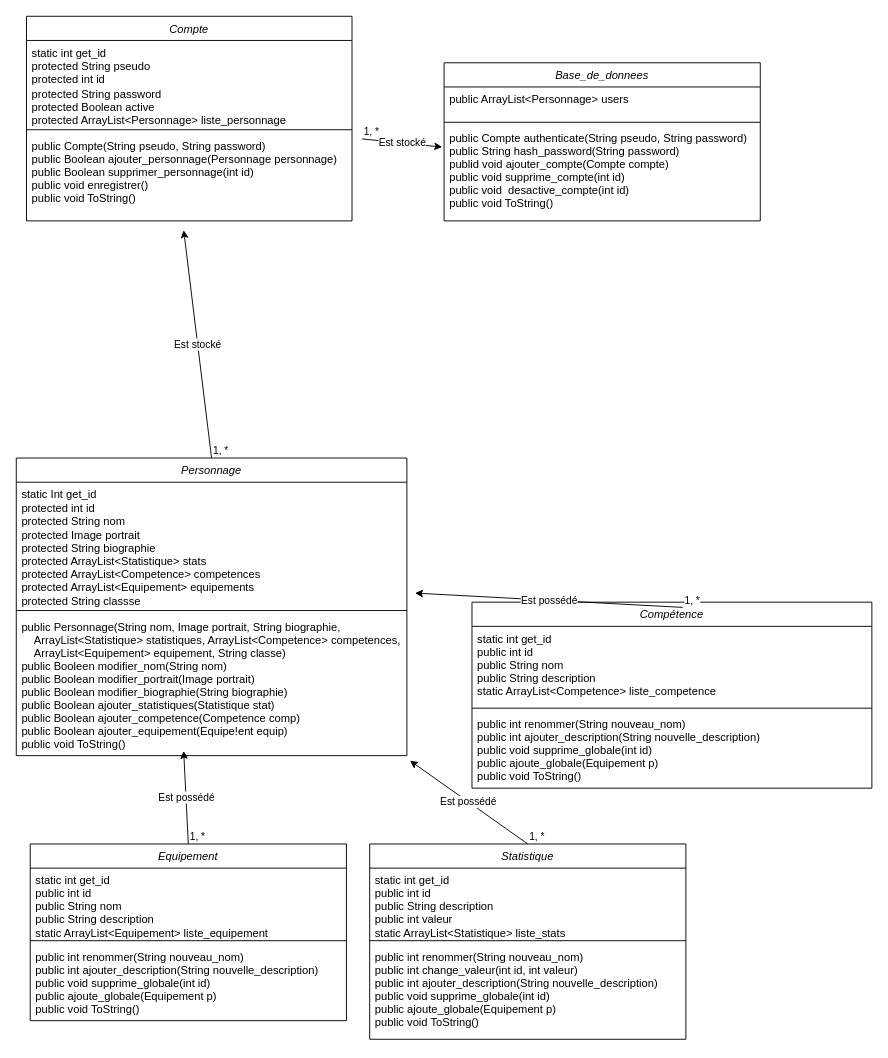
The draw.io diagram compte_rendu/séance 2/UML.drawio in Clement-soulier/L3-Fiche_personnage, before the edit. Source tidied: cells renumbered, new cells numbered last; positions are measured from the earlier drawing's top-left corner, leaving out a move shared by most shapes. Both pictures are drawn from the tidied source at 93%, with x=0, y=0 at pixel (16, 16).
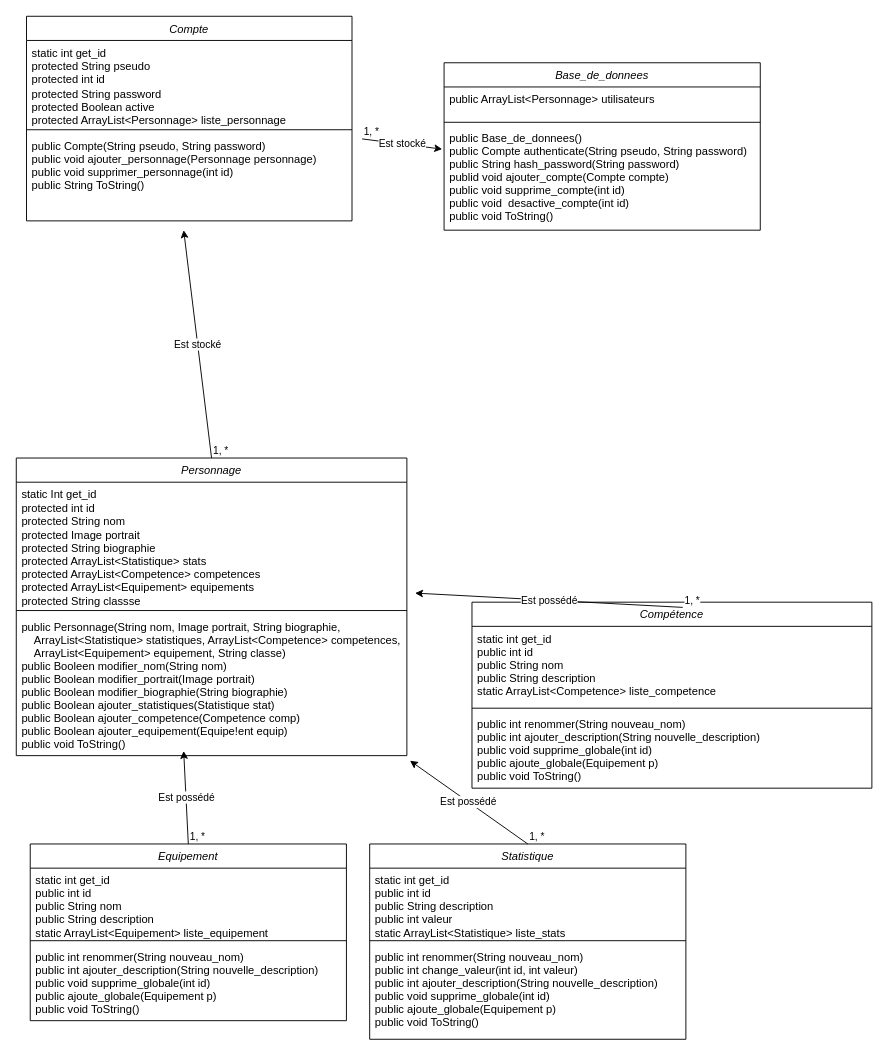
After the change.

Commit message:
Mise à jour UML

Unchanged cells that the change refers to:
```xml
<mxCell id="2" value="Compte" style="swimlane;fontStyle=2;align=center;verticalAlign=top;horizontal=1;startSize=26;rounded=0;shadow=0;strokeWidth=1;" parent="1" vertex="1">
  <mxGeometry x="11" width="350" height="220" as="geometry" />
</mxCell>
```

What changed in the source:
```diff
@@
-    <mxCell id="6" value="public Compte(String pseudo, String password)&#10;public Boolean ajouter_personnage(Personnage personnage)&#10;public Boolean supprimer_personnage(int id)&#10;public void enregistrer()&#10;public void ToString()" style="text;align=left;verticalAlign=top;spacingLeft=4;spacingRight=4;overflow=hidden;points=[[0,0.5],[1,0.5]];portConstraint=eastwest;" parent="2" vertex="1">
+    <mxCell id="6" value="public Compte(String pseudo, String password)&#10;public void ajouter_personnage(Personnage personnage)&#10;public void supprimer_personnage(int id)&#10;public String ToString()" style="text;align=left;verticalAlign=top;spacingLeft=4;spacingRight=4;overflow=hidden;points=[[0,0.5],[1,0.5]];portConstraint=eastwest;" parent="2" vertex="1">
       <mxGeometry y="126" width="350" height="76" as="geometry" />
     </mxCell>
     <mxCell id="7" value="Base_de_donnees" style="swimlane;fontStyle=2;align=center;verticalAlign=top;horizontal=1;startSize=26;rounded=0;shadow=0;strokeWidth=1;" parent="1" vertex="1">
-      <mxGeometry x="460" y="50" width="340" height="170" as="geometry" />
+      <mxGeometry x="460" y="50" width="340" height="180" as="geometry" />
     </mxCell>
-    <mxCell id="8" value="public ArrayList&lt;Personnage&gt; users" style="text;align=left;verticalAlign=top;spacingLeft=4;spacingRight=4;overflow=hidden;" parent="7" vertex="1">
+    <mxCell id="8" value="public ArrayList&lt;Personnage&gt; utilisateurs" style="text;align=left;verticalAlign=top;spacingLeft=4;spacingRight=4;overflow=hidden;" parent="7" vertex="1">
       <mxGeometry y="26" width="340" height="34" as="geometry" />
     </mxCell>
@@
-    <mxCell id="10" value="public Compte authenticate(String pseudo, String password)&#10;public String hash_password(String password)&#10;publid void ajouter_compte(Compte compte)&#10;public void supprime_compte(int id)&#10;public void  desactive_compte(int id)&#10;public void ToString()" style="text;align=left;verticalAlign=top;spacingLeft=4;spacingRight=4;overflow=hidden;points=[[0,0.5],[1,0.5]];portConstraint=eastwest;" parent="7" vertex="1">
-      <mxGeometry y="68" width="340" height="102" as="geometry" />
+    <mxCell id="10" value="public Base_de_donnees()&#10;public Compte authenticate(String pseudo, String password)&#10;public String hash_password(String password)&#10;publid void ajouter_compte(Compte compte)&#10;public void supprime_compte(int id)&#10;public void  desactive_compte(int id)&#10;public void ToString()" style="text;align=left;verticalAlign=top;spacingLeft=4;spacingRight=4;overflow=hidden;points=[[0,0.5],[1,0.5]];portConstraint=eastwest;" parent="7" vertex="1">
+      <mxGeometry y="68" width="340" height="112" as="geometry" />
     </mxCell>
```
